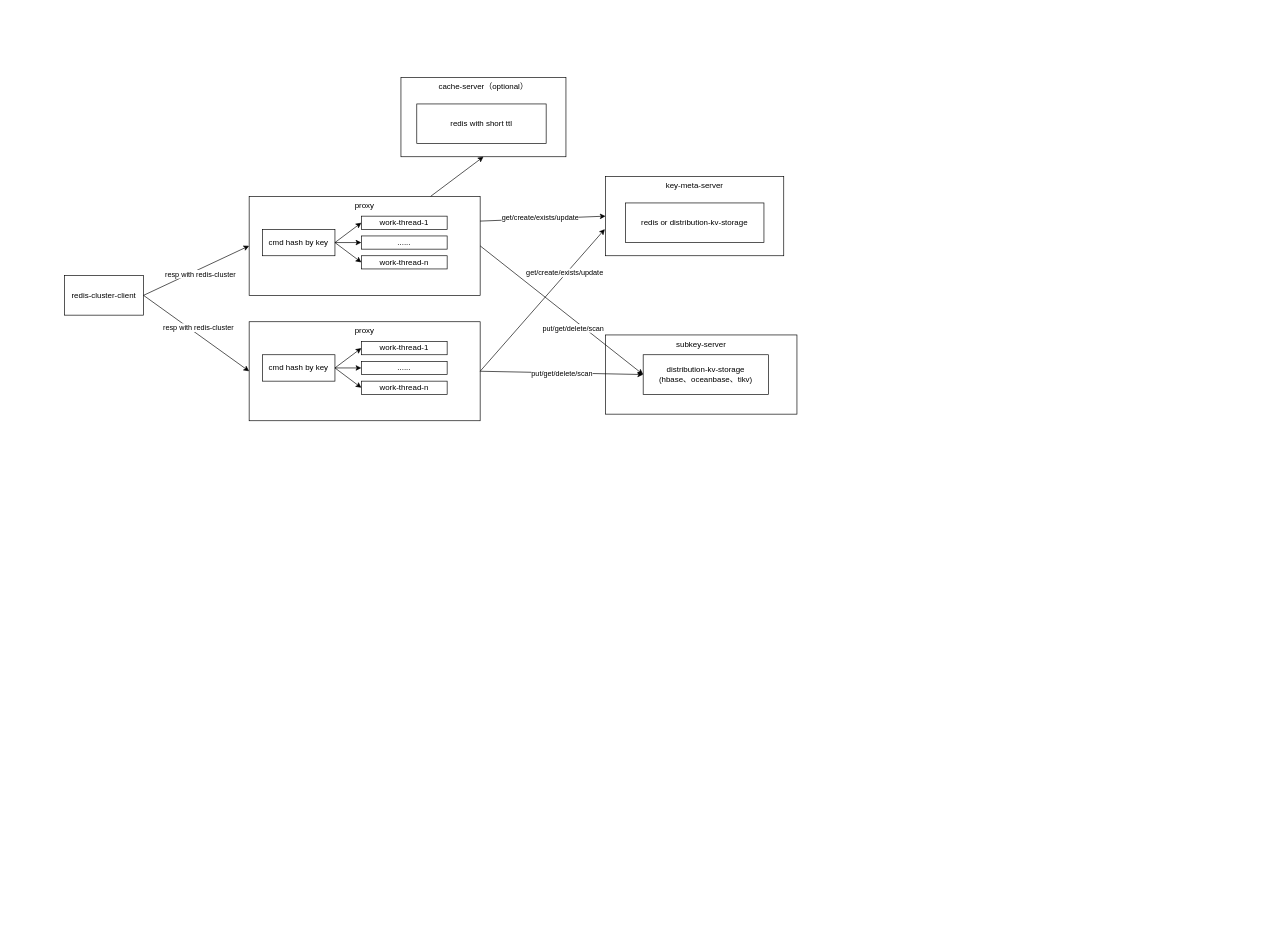
netease-im/camellia keeps this draw.io diagram as docs/redis-proxy/kv/kv.drawio. Above is the earlier version. Source tidied: cells renumbered, new cells numbered last; positions are measured from the earlier drawing's top-left corner, leaving out a move shared by most shapes. Both pictures are drawn from the tidied source at 66%, with x=0, y=0 at pixel (64, 77).
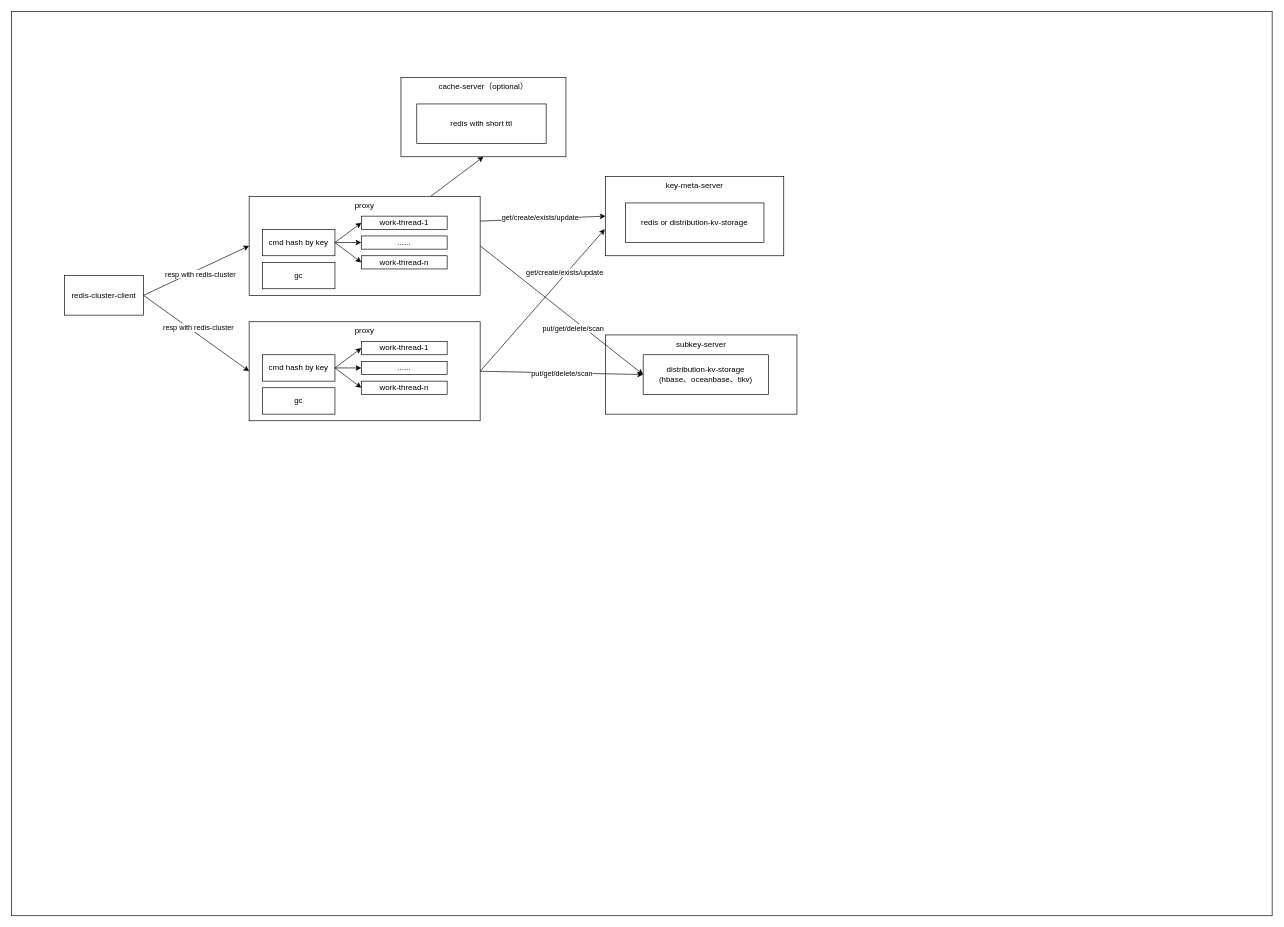
After the change.

What changed in the source:
```diff
@@
+    <mxCell id="37" style="rounded=0;whiteSpace=wrap;html=1;" parent="1" vertex="1">
+      <mxGeometry x="-80" y="-100" width="1910" height="1370" as="geometry" />
+    </mxCell>
@@
+    <mxCell id="38" value="gc" style="rounded=0;whiteSpace=wrap;html=1;verticalAlign=middle;" parent="1" vertex="1">
+      <mxGeometry x="300" y="280" width="110" height="40" as="geometry" />
+    </mxCell>
+    <mxCell id="39" value="gc" style="rounded=0;whiteSpace=wrap;html=1;verticalAlign=middle;" parent="1" vertex="1">
+      <mxGeometry x="300" y="470" width="110" height="40" as="geometry" />
+    </mxCell>
```
